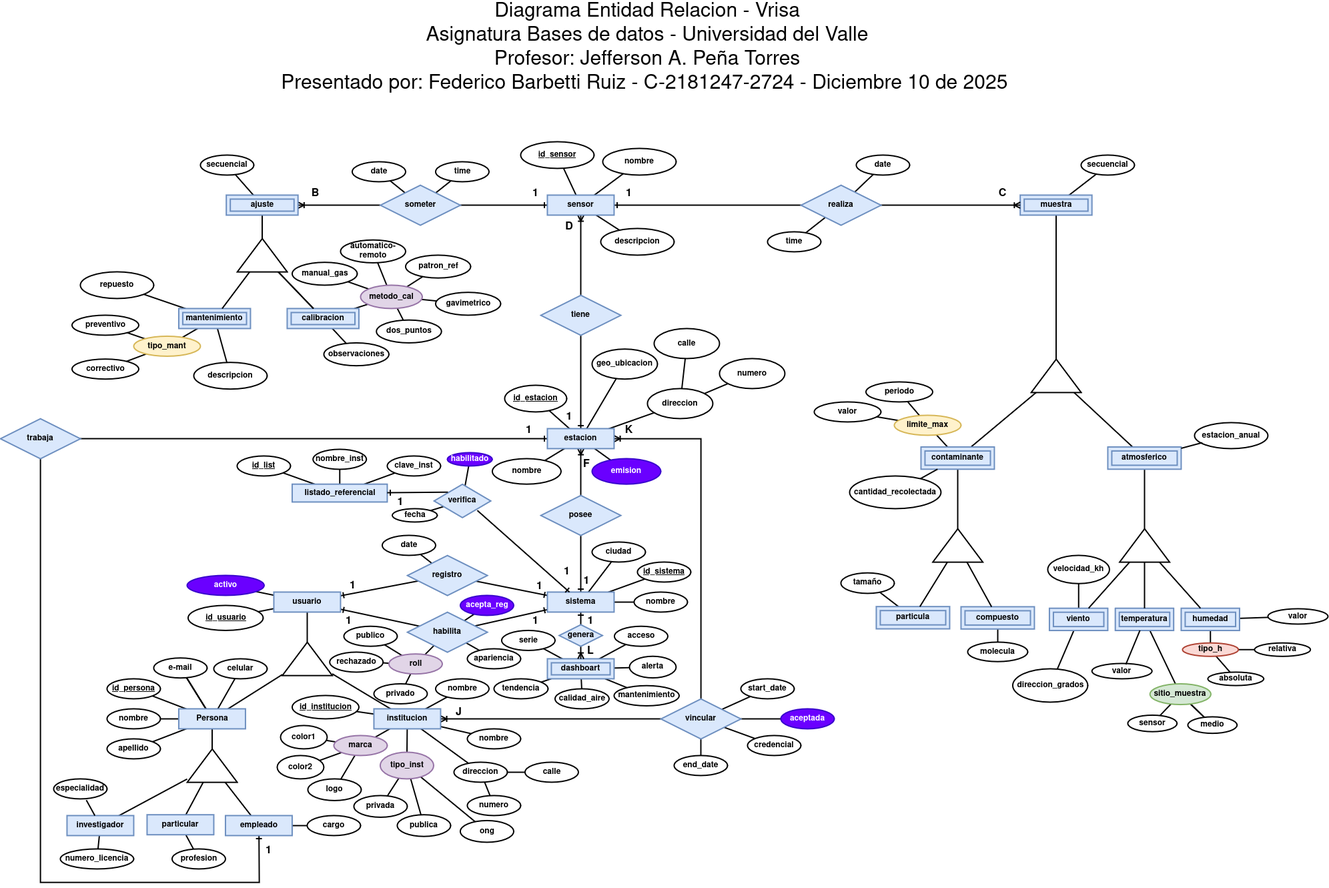
FicoBR20/vrisa_db_proyecto_final keeps this draw.io diagram as info_alterna/VriSA_Diagrama_E_R-Basico.drawio.png. Above is the earlier version. Source tidied: cells renumbered, new cells last; positions are measured from the earlier drawing's top-left corner, leaving out a move shared by most shapes.
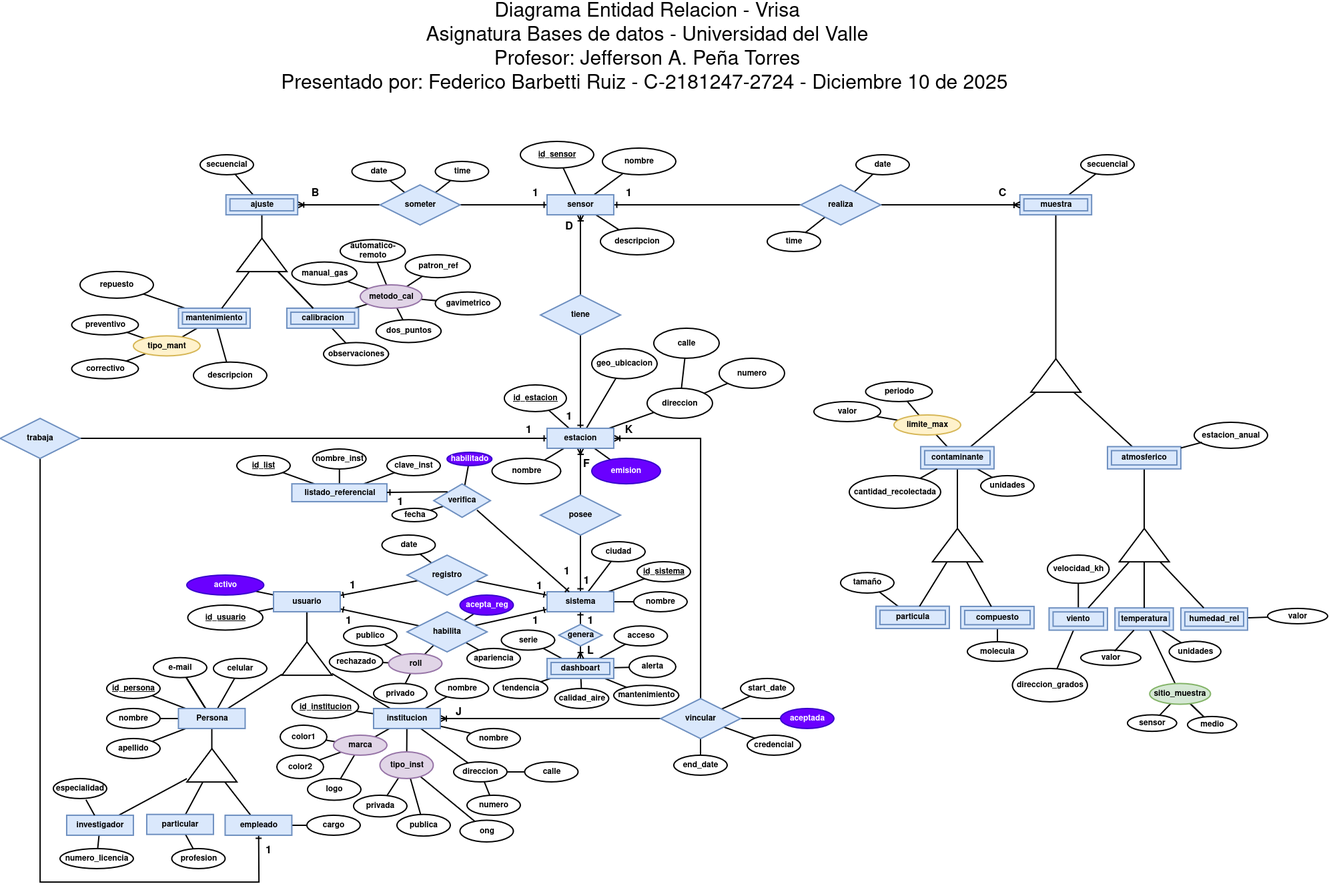
The same file after the commit.

The edit, as a diff of the source:
```diff
@@ -317,17 +317,17 @@
     <mxCell id="103" style="edgeStyle=none;shape=connector;rounded=0;jettySize=auto;html=1;strokeColor=default;strokeWidth=1.9685;align=center;verticalAlign=middle;fontFamily=Helvetica;fontSize=11;fontColor=default;labelBackgroundColor=default;endArrow=none;endFill=0;" parent="1" edge="1" source="104" target="200">
       <mxGeometry relative="1" as="geometry" />
     </mxCell>
+    <mxCell id="295" style="edgeStyle=none;shape=connector;rounded=0;jettySize=auto;html=1;strokeColor=default;strokeWidth=1.9685;align=center;verticalAlign=middle;fontFamily=Helvetica;fontSize=11;fontColor=default;labelBackgroundColor=default;endArrow=none;endFill=0;" parent="1" edge="1" source="104" target="298">
+      <mxGeometry relative="1" as="geometry" />
+    </mxCell>
     <mxCell id="104" value="temperatura" style="shape=ext;margin=3;double=1;whiteSpace=wrap;html=1;align=center;fontFamily=Helvetica;fontSize=12;labelBackgroundColor=none;strokeWidth=1.9685;fontStyle=1;fillColor=#dae8fc;strokeColor=#6c8ebf;" parent="1" vertex="1">
       <mxGeometry x="1671.2" y="854.1" width="87.5" height="33.4" as="geometry" />
     </mxCell>
-    <mxCell id="105" style="edgeStyle=none;shape=connector;rounded=0;jettySize=auto;html=1;strokeColor=default;strokeWidth=1.9685;align=center;verticalAlign=middle;fontFamily=Helvetica;fontSize=11;fontColor=default;labelBackgroundColor=default;endArrow=none;endFill=0;" parent="1" edge="1" source="107" target="196">
-      <mxGeometry relative="1" as="geometry" />
-    </mxCell>
     <mxCell id="106" style="edgeStyle=none;shape=connector;rounded=0;jettySize=auto;html=1;strokeColor=default;strokeWidth=1.9685;align=center;verticalAlign=middle;fontFamily=Helvetica;fontSize=11;fontColor=default;labelBackgroundColor=default;endArrow=none;endFill=0;" parent="1" edge="1" source="107" target="284">
       <mxGeometry relative="1" as="geometry" />
     </mxCell>
-    <mxCell id="107" value="humedad" style="shape=ext;margin=3;double=1;whiteSpace=wrap;html=1;align=center;fontFamily=Helvetica;fontSize=12;labelBackgroundColor=none;strokeWidth=1.9685;fontStyle=1;fillColor=#dae8fc;strokeColor=#6c8ebf;" parent="1" vertex="1">
-      <mxGeometry x="1770" y="854.1" width="87.5" height="33.4" as="geometry" />
+    <mxCell id="107" value="humedad_rel" style="shape=ext;margin=3;double=1;whiteSpace=wrap;html=1;align=center;fontFamily=Helvetica;fontSize=12;labelBackgroundColor=none;strokeWidth=1.9685;fontStyle=1;fillColor=#dae8fc;strokeColor=#6c8ebf;" parent="1" vertex="1">
+      <mxGeometry x="1770" y="854.1" width="100" height="33.4" as="geometry" />
     </mxCell>
     <mxCell id="108" value="date" style="ellipse;whiteSpace=wrap;html=1;align=center;strokeWidth=1.9685;fontStyle=1;" parent="1" vertex="1">
       <mxGeometry x="572.5" y="745" width="80" height="30" as="geometry" />
@@ -419,6 +419,9 @@
     <mxCell id="137" style="edgeStyle=none;shape=connector;rounded=0;jettySize=auto;html=1;strokeColor=default;strokeWidth=1.9685;align=center;verticalAlign=middle;fontFamily=Helvetica;fontSize=11;fontColor=default;labelBackgroundColor=default;endArrow=none;endFill=0;" parent="1" edge="1" source="138" target="144">
       <mxGeometry relative="1" as="geometry" />
     </mxCell>
+    <mxCell id="296" style="edgeStyle=none;shape=connector;rounded=0;jettySize=auto;html=1;strokeColor=default;strokeWidth=1.9685;align=center;verticalAlign=middle;fontFamily=Helvetica;fontSize=11;fontColor=default;labelBackgroundColor=default;endArrow=none;endFill=0;" parent="1" edge="1" source="138" target="297">
+      <mxGeometry relative="1" as="geometry" />
+    </mxCell>
     <mxCell id="138" value="contaminante" style="shape=ext;margin=3;double=1;whiteSpace=wrap;html=1;align=center;fontFamily=Helvetica;fontSize=12;labelBackgroundColor=none;strokeWidth=1.9685;fontStyle=1;fillColor=#dae8fc;strokeColor=#6c8ebf;" parent="1" vertex="1">
       <mxGeometry x="1380" y="612.4" width="110" height="33.4" as="geometry" />
     </mxCell>
@@ -587,15 +590,6 @@
     <mxCell id="193" value="observaciones" style="ellipse;whiteSpace=wrap;html=1;align=center;strokeWidth=1.9685;fontStyle=1;" parent="1" vertex="1">
       <mxGeometry x="485" y="456.5" width="97.5" height="34.2" as="geometry" />
     </mxCell>
-    <mxCell id="194" style="edgeStyle=none;shape=connector;rounded=0;jettySize=auto;html=1;strokeColor=default;strokeWidth=1.9685;align=center;verticalAlign=middle;fontFamily=Helvetica;fontSize=11;fontColor=default;labelBackgroundColor=default;endArrow=none;endFill=0;" parent="1" edge="1" source="196" target="204">
-      <mxGeometry relative="1" as="geometry" />
-    </mxCell>
-    <mxCell id="195" style="edgeStyle=none;shape=connector;rounded=0;jettySize=auto;html=1;strokeColor=default;strokeWidth=1.9685;align=center;verticalAlign=middle;fontFamily=Helvetica;fontSize=11;fontColor=default;labelBackgroundColor=default;endArrow=none;endFill=0;" parent="1" edge="1" source="196" target="203">
-      <mxGeometry relative="1" as="geometry" />
-    </mxCell>
-    <mxCell id="196" value="tipo_h" style="ellipse;whiteSpace=wrap;html=1;align=center;strokeWidth=1.9685;fontStyle=1;fillColor=#fad9d5;strokeColor=#ae4132;" parent="1" vertex="1">
-      <mxGeometry x="1771.9" y="906.2" width="83.8" height="20.1" as="geometry" />
-    </mxCell>
     <mxCell id="197" style="edgeStyle=none;shape=connector;rounded=0;jettySize=auto;html=1;strokeColor=default;strokeWidth=1.9685;align=center;verticalAlign=middle;fontFamily=Helvetica;fontSize=11;fontColor=default;labelBackgroundColor=default;endArrow=none;endFill=0;" parent="1" edge="1" source="200" target="202">
       <mxGeometry relative="1" as="geometry" />
     </mxCell>
@@ -614,12 +608,6 @@
     <mxCell id="202" value="medio" style="ellipse;whiteSpace=wrap;html=1;align=center;strokeWidth=1.9685;fontStyle=1;" parent="1" vertex="1">
       <mxGeometry x="1780" y="1017" width="73.8" height="24.8" as="geometry" />
     </mxCell>
-    <mxCell id="203" value="relativa" style="ellipse;whiteSpace=wrap;html=1;align=center;strokeWidth=1.9685;fontStyle=1;" parent="1" vertex="1">
-      <mxGeometry x="1880" y="906.2" width="83.8" height="20.1" as="geometry" />
-    </mxCell>
-    <mxCell id="204" value="absoluta" style="ellipse;whiteSpace=wrap;html=1;align=center;strokeWidth=1.9685;fontStyle=1;" parent="1" vertex="1">
-      <mxGeometry x="1810" y="950" width="83.8" height="20.1" as="geometry" />
-    </mxCell>
     <mxCell id="205" style="edgeStyle=none;shape=connector;rounded=0;jettySize=auto;html=1;strokeColor=default;strokeWidth=1.9685;align=center;verticalAlign=middle;fontFamily=Helvetica;fontSize=11;fontColor=default;labelBackgroundColor=default;endArrow=none;endFill=0;" parent="1" edge="1" source="206" target="210">
       <mxGeometry relative="1" as="geometry" />
     </mxCell>
@@ -780,7 +768,7 @@
       <mxGeometry x="700" y="1135" width="80" height="30" as="geometry" />
     </mxCell>
     <mxCell id="258" value="valor" style="ellipse;whiteSpace=wrap;html=1;align=center;strokeWidth=1.9685;fontStyle=1;" parent="1" vertex="1">
-      <mxGeometry x="1636.2" y="937" width="90" height="23" as="geometry" />
+      <mxGeometry x="1620" y="917.5" width="90" height="23" as="geometry" />
     </mxCell>
     <mxCell id="259" value="estacion_anual" style="ellipse;whiteSpace=wrap;html=1;align=center;strokeWidth=1.9685;fontStyle=1;" parent="1" vertex="1">
       <mxGeometry x="1790" y="576" width="110" height="39" as="geometry" />
@@ -890,5 +878,11 @@
     <mxCell id="294" value="numero_licencia" style="ellipse;whiteSpace=wrap;html=1;align=center;strokeWidth=1.9685;fontStyle=1;" parent="1" vertex="1">
       <mxGeometry x="90" y="1215" width="110" height="30" as="geometry" />
     </mxCell>
+    <mxCell id="297" value="unidades" style="ellipse;whiteSpace=wrap;html=1;align=center;strokeWidth=1.9685;fontStyle=1;" parent="1" vertex="1">
+      <mxGeometry x="1470" y="656" width="80" height="30.8" as="geometry" />
+    </mxCell>
+    <mxCell id="298" value="unidades" style="ellipse;whiteSpace=wrap;html=1;align=center;strokeWidth=1.9685;fontStyle=1;" parent="1" vertex="1">
+      <mxGeometry x="1752.5" y="904.2" width="77.5" height="30.8" as="geometry" />
+    </mxCell>
   </root>
 </mxGraphModel>
```
